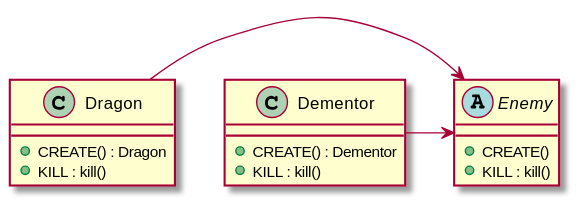
This is docs/images/patterns/FactoryMethodPattern.svg from RuiSoares333/FEUP-LDTS-Project, a PlantUML export, as it was before one commit. The source it was exported from:
```plantuml
@startuml


abstract class Enemy{
+ CREATE()
+ KILL : kill()
}

class Dragon{
+ CREATE() : Dragon
+ KILL : kill()
}

Dragon -r-> Enemy

class Dementor{
+ CREATE() : Dementor
+ KILL : kill()
}

Dementor -r-> Enemy

@enduml
```
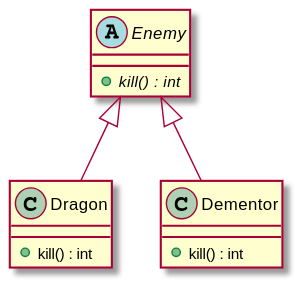
After the change.

The edit, as a diff of the source:
```diff
@@ -2,22 +2,19 @@
 
 
 abstract class Enemy{
-+ CREATE()
-+ KILL : kill()
+{abstract} + kill() : int
 }
 
 class Dragon{
-+ CREATE() : Dragon
-+ KILL : kill()
++ kill() : int
 }
 
-Dragon -r-> Enemy
 
 class Dementor{
-+ CREATE() : Dementor
-+ KILL : kill()
++ kill() : int
 }
 
-Dementor -r-> Enemy
+Dragon -u-|> Enemy
+Dementor -u-|> Enemy
 
 @enduml
```
